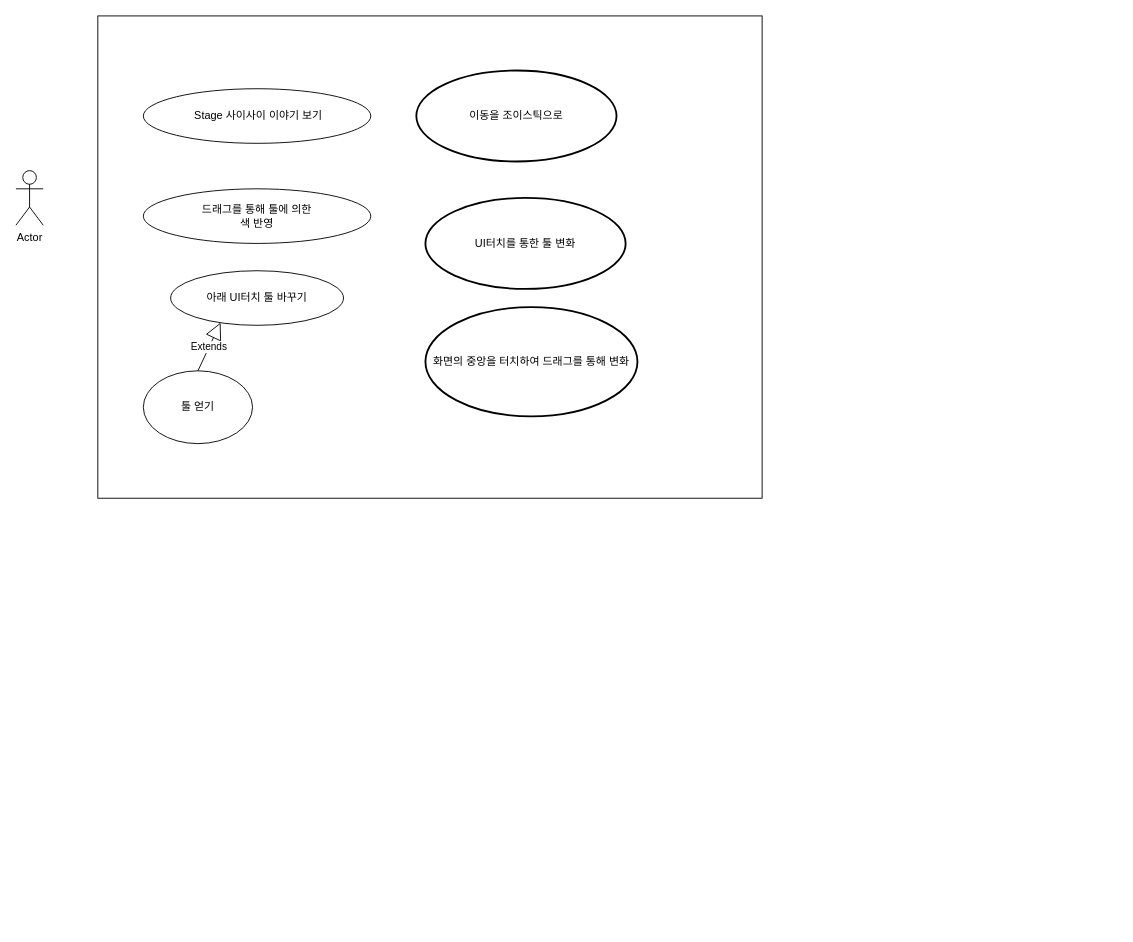
Above: page "페이지-1" (1 of 2) of 2021_Summer_Vacation.drawio in ParkSeongTeak/2021_Summer_Vacation (draw.io), before the change. Source tidied: cells renumbered, new cells numbered last; positions are measured from the earlier drawing's top-left corner, leaving out a move shared by most shapes. Both pictures are drawn from the tidied source at 91%, with x=0, y=0 at pixel (15, 15).
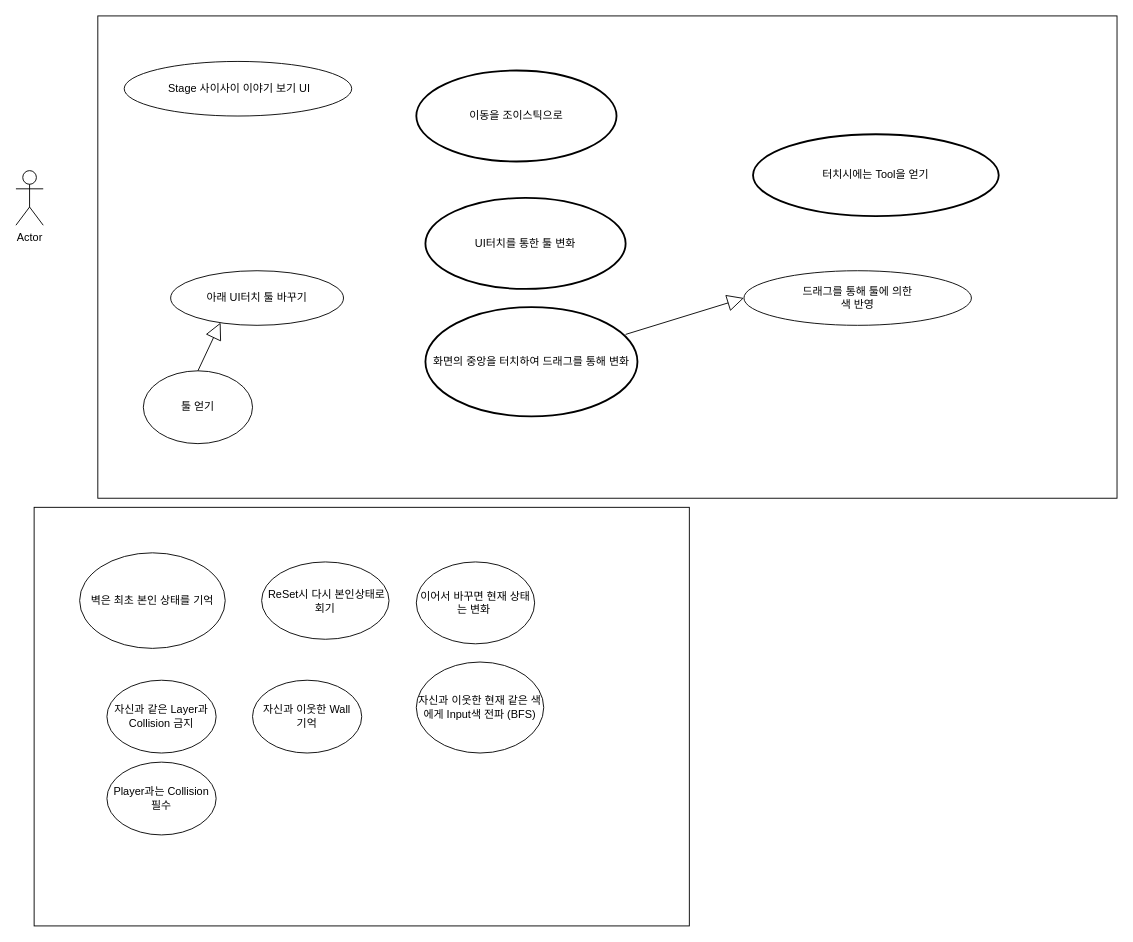
Above is the later version.

Unchanged cells that the change refers to:
```xml
<mxCell id="4" value="아래 UI터치 툴 바꾸기" style="ellipse;whiteSpace=wrap;html=1;" parent="1" vertex="1">
  <mxGeometry x="170" y="280" width="190" height="60" as="geometry" />
</mxCell>
<mxCell id="7" value="툴 얻기" style="ellipse;whiteSpace=wrap;html=1;" parent="1" vertex="1">
  <mxGeometry x="140" y="390" width="120" height="80" as="geometry" />
</mxCell>
<mxCell id="11" value="화면의 중앙을 터치하여 드래그를 통해 변화" style="strokeWidth=2;html=1;shape=mxgraph.flowchart.start_1;whiteSpace=wrap;" parent="1" vertex="1">
  <mxGeometry x="450" y="320" width="233" height="120" as="geometry" />
</mxCell>
```

What changed in the source:
```diff
@@
     <mxCell id="3" style="rounded=0;whiteSpace=wrap;html=1;" parent="1" vertex="1">
-      <mxGeometry x="90" width="730" height="530" as="geometry" />
+      <mxGeometry x="90" width="1120" height="530" as="geometry" />
     </mxCell>
@@
     <mxCell id="5" value="드래그를 통해 툴에 의한&lt;br&gt;색 반영" style="ellipse;whiteSpace=wrap;html=1;" parent="1" vertex="1">
-      <mxGeometry x="140" y="190" width="250" height="60" as="geometry" />
+      <mxGeometry x="800" y="280" width="250" height="60" as="geometry" />
     </mxCell>
-    <mxCell id="6" value="&amp;nbsp;Stage 사이사이 이야기 보기" style="ellipse;whiteSpace=wrap;html=1;" parent="1" vertex="1">
-      <mxGeometry x="140" y="80" width="250" height="60" as="geometry" />
+    <mxCell id="6" value="&amp;nbsp;Stage 사이사이 이야기 보기 UI" style="ellipse;whiteSpace=wrap;html=1;" parent="1" vertex="1">
+      <mxGeometry x="119" y="50" width="250" height="60" as="geometry" />
     </mxCell>
@@
-    <mxCell id="8" value="Extends" style="endArrow=block;endSize=16;endFill=0;html=1;rounded=0;entryX=0.289;entryY=0.95;entryDx=0;entryDy=0;entryPerimeter=0;exitX=0.5;exitY=0;exitDx=0;exitDy=0;" parent="1" edge="1" source="7" target="4">
-      <mxGeometry relative="1" as="geometry" />
+    <mxCell id="8" style="endArrow=block;endSize=16;endFill=0;html=1;rounded=0;entryX=0.289;entryY=0.95;entryDx=0;entryDy=0;entryPerimeter=0;exitX=0.5;exitY=0;exitDx=0;exitDy=0;" parent="1" edge="1" source="7" target="4">
+      <mxGeometry x="-0.51" y="40" relative="1" as="geometry" />
     </mxCell>
@@
+    <mxCell id="12" style="rounded=0;whiteSpace=wrap;html=1;" parent="1" vertex="1">
+      <mxGeometry x="20" y="540" width="720" height="460" as="geometry" />
+    </mxCell>
+    <mxCell id="13" value="벽은 최초 본인 상태를 기억" style="ellipse;whiteSpace=wrap;html=1;" parent="1" vertex="1">
+      <mxGeometry x="70" y="590" width="160" height="105" as="geometry" />
+    </mxCell>
+    <mxCell id="14" value="&amp;nbsp;ReSet시 다시 본인상태로 회기" style="ellipse;whiteSpace=wrap;html=1;" parent="1" vertex="1">
+      <mxGeometry x="270" y="600" width="140" height="85" as="geometry" />
+    </mxCell>
+    <mxCell id="15" value="이어서 바꾸면 현재 상태는 변화&amp;nbsp;" style="ellipse;whiteSpace=wrap;html=1;" parent="1" vertex="1">
+      <mxGeometry x="440" y="600" width="130" height="90" as="geometry" />
+    </mxCell>
+    <mxCell id="16" value="자신과 같은 Layer과 Collision 금지" style="ellipse;whiteSpace=wrap;html=1;" parent="1" vertex="1">
+      <mxGeometry x="100" y="730" width="120" height="80" as="geometry" />
+    </mxCell>
+    <mxCell id="17" value="자신과 이웃한 Wall &lt;br&gt;기억" style="ellipse;whiteSpace=wrap;html=1;" parent="1" vertex="1">
+      <mxGeometry x="260" y="730" width="120" height="80" as="geometry" />
+    </mxCell>
+    <mxCell id="18" value="자신과 이웃한 현재 같은 색에게 Input색 전파 (BFS)" style="ellipse;whiteSpace=wrap;html=1;" parent="1" vertex="1">
+      <mxGeometry x="440" y="710" width="140" height="100" as="geometry" />
+    </mxCell>
+    <mxCell id="19" value="Player과는 Collision 필수" style="ellipse;whiteSpace=wrap;html=1;" parent="1" vertex="1">
+      <mxGeometry x="100" y="820" width="120" height="80" as="geometry" />
+    </mxCell>
+    <mxCell id="20" style="endArrow=block;endSize=16;endFill=0;html=1;rounded=0;entryX=0;entryY=0.5;entryDx=0;entryDy=0;exitX=0.944;exitY=0.25;exitDx=0;exitDy=0;exitPerimeter=0;" parent="1" edge="1" source="11" target="5">
+      <mxGeometry relative="1" as="geometry" />
+    </mxCell>
+    <mxCell id="21" value="터치시에는 Tool을 얻기" style="strokeWidth=2;html=1;shape=mxgraph.flowchart.start_1;whiteSpace=wrap;" parent="1" vertex="1">
+      <mxGeometry x="810" y="130" width="270" height="90" as="geometry" />
+    </mxCell>
```
